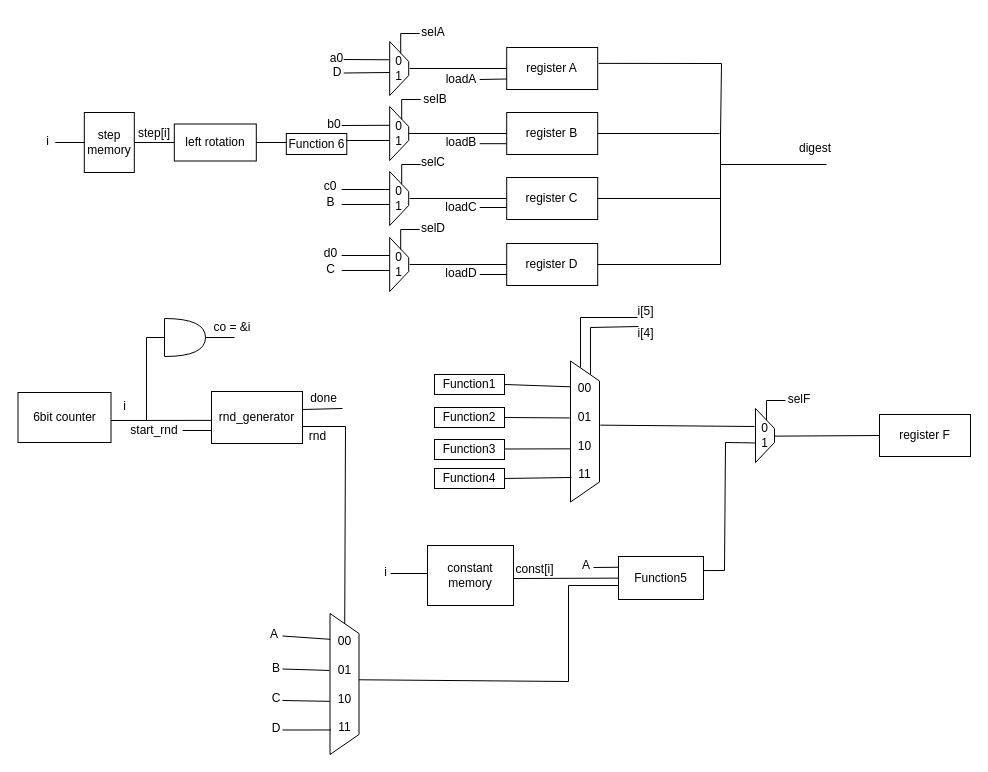
The draw.io diagram CA1/Part2/Design/Datapath2 .drawio in imSaDy/CAD, before the edit. Source tidied: cells renumbered, new cells numbered last; positions are measured from the earlier drawing's top-left corner, leaving out a move shared by most shapes. Both pictures are drawn from the tidied source at 100%, with x=0, y=0 at pixel (17, 17).
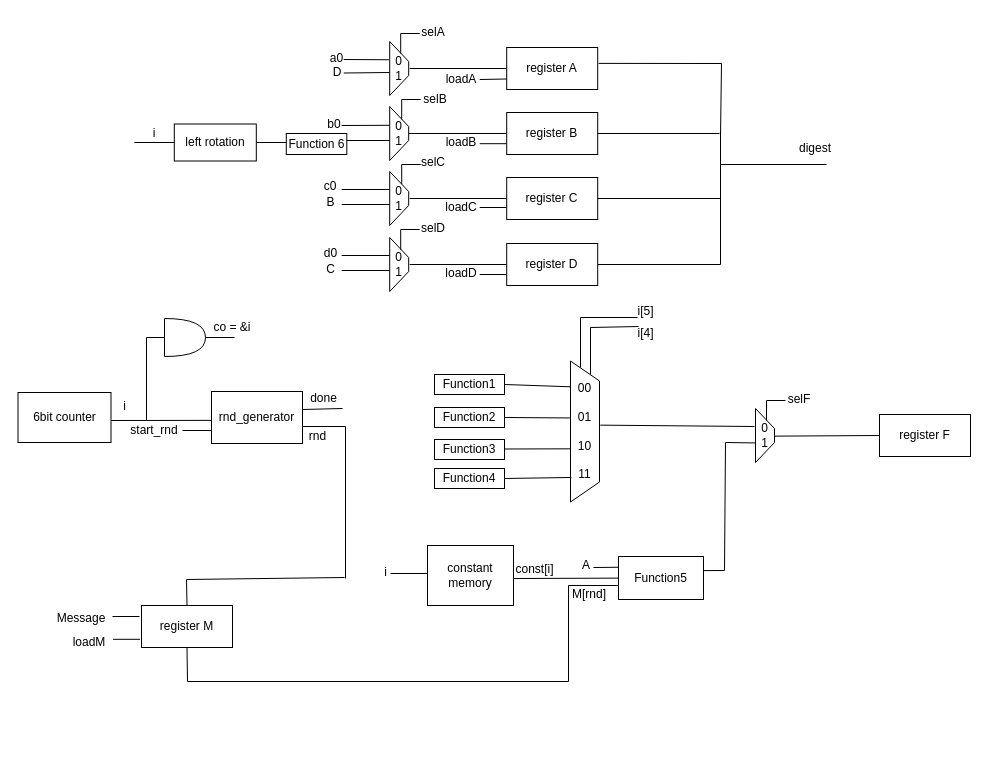
The same page after the edit.

Commit message (it also covers changes not shown here):
Edit Part 1&2 controller and datapath

Unchanged cells that the change refers to:
```xml
<mxCell id="46" value="left rotation" style="rounded=0;whiteSpace=wrap;html=1;" parent="1" vertex="1">
  <mxGeometry x="156.8" y="106.5" width="82" height="37" as="geometry" />
</mxCell>
```

Change to the diagram source:
```diff
@@
-    <mxCell id="48" value="step&lt;div&gt;memory&lt;/div&gt;" style="rounded=0;whiteSpace=wrap;html=1;" parent="1" vertex="1">
-      <mxGeometry x="66.8" y="95" width="50" height="60" as="geometry" />
-    </mxCell>
-    <mxCell id="49" style="endArrow=none;html=1;rounded=0;exitX=1;exitY=0.5;exitDx=0;exitDy=0;entryX=0;entryY=0.5;entryDx=0;entryDy=0;" parent="1" edge="1" source="48" target="46">
-      <mxGeometry relative="1" as="geometry" />
+    <mxCell id="49" style="endArrow=none;html=1;rounded=0;exitX=1;exitY=0.5;exitDx=0;exitDy=0;entryX=0;entryY=0.5;entryDx=0;entryDy=0;" parent="1" edge="1" target="46">
+      <mxGeometry relative="1" as="geometry">
+        <mxPoint x="116.8" y="125" as="sourcePoint" />
+      </mxGeometry>
     </mxCell>
-    <mxCell id="50" value="step[i]" style="text;html=1;align=center;verticalAlign=middle;whiteSpace=wrap;rounded=0;" parent="1" vertex="1">
+    <mxCell id="50" value="i" style="text;html=1;align=center;verticalAlign=middle;whiteSpace=wrap;rounded=0;" parent="1" vertex="1">
       <mxGeometry x="116.8" y="106.5" width="40" height="18" as="geometry" />
     </mxCell>
-    <mxCell id="51" style="endArrow=none;html=1;rounded=0;entryX=0;entryY=0.5;entryDx=0;entryDy=0;" parent="1" edge="1" target="48">
-      <mxGeometry relative="1" as="geometry">
-        <mxPoint x="37.8" y="125" as="sourcePoint" />
-      </mxGeometry>
-    </mxCell>
-    <mxCell id="52" value="i" style="text;html=1;align=center;verticalAlign=middle;whiteSpace=wrap;rounded=0;" parent="1" vertex="1">
-      <mxGeometry x="19.8" y="110" width="21" height="27" as="geometry" />
-    </mxCell>
@@
-    <mxCell id="61" style="endArrow=none;html=1;rounded=0;" parent="1" edge="1" target="81">
+    <mxCell id="61" style="endArrow=none;html=1;rounded=0;" parent="1" edge="1">
       <mxGeometry relative="1" as="geometry">
         <mxPoint x="284.5" y="409" as="sourcePoint" />
+        <mxPoint x="328" y="561" as="targetPoint" />
         <Array as="points">
           <mxPoint x="328" y="409" />
         </Array>
       </mxGeometry>
     </mxCell>
@@
-    <mxCell id="80" style="endArrow=none;html=1;rounded=0;exitX=0.47;exitY=0.036;exitDx=0;exitDy=0;exitPerimeter=0;" parent="1" edge="1" source="81">
+    <mxCell id="80" style="endArrow=none;html=1;rounded=0;exitX=0.5;exitY=1;exitDx=0;exitDy=0;" parent="1" edge="1" source="111">
       <mxGeometry relative="1" as="geometry">
         <mxPoint x="601" y="568" as="targetPoint" />
         <Array as="points">
+          <mxPoint x="170" y="664" />
           <mxPoint x="551" y="664" />
           <mxPoint x="551" y="568" />
         </Array>
       </mxGeometry>
     </mxCell>
-    <mxCell id="81" value="00&lt;div&gt;&lt;br&gt;&lt;div&gt;01&lt;/div&gt;&lt;div&gt;&lt;br&gt;&lt;/div&gt;&lt;div&gt;10&lt;/div&gt;&lt;div&gt;&lt;br&gt;&lt;/div&gt;&lt;div&gt;11&lt;/div&gt;&lt;/div&gt;" style="shape=trapezoid;perimeter=trapezoidPerimeter;whiteSpace=wrap;html=1;fixedSize=1;direction=south;" parent="1" vertex="1">
-      <mxGeometry x="312.5" y="596" width="29" height="141" as="geometry" />
-    </mxCell>
-    <mxCell id="82" style="endArrow=none;html=1;rounded=0;entryX=1;entryY=0.5;entryDx=0;entryDy=0;exitX=0.183;exitY=0.995;exitDx=0;exitDy=0;exitPerimeter=0;" parent="1" edge="1" source="81">
-      <mxGeometry relative="1" as="geometry">
-        <mxPoint x="265" y="618.5" as="targetPoint" />
-      </mxGeometry>
-    </mxCell>
-    <mxCell id="83" style="endArrow=none;html=1;rounded=0;entryX=1;entryY=0.5;entryDx=0;entryDy=0;exitX=0.404;exitY=1.023;exitDx=0;exitDy=0;exitPerimeter=0;" parent="1" edge="1" source="81">
-      <mxGeometry relative="1" as="geometry">
-        <mxPoint x="265" y="651.5" as="targetPoint" />
-      </mxGeometry>
-    </mxCell>
-    <mxCell id="84" style="endArrow=none;html=1;rounded=0;entryX=1;entryY=0.5;entryDx=0;entryDy=0;exitX=0.623;exitY=1.009;exitDx=0;exitDy=0;exitPerimeter=0;" parent="1" edge="1" source="81">
-      <mxGeometry relative="1" as="geometry">
-        <mxPoint x="265" y="683" as="targetPoint" />
-      </mxGeometry>
-    </mxCell>
-    <mxCell id="85" style="endArrow=none;html=1;rounded=0;entryX=1;entryY=0.5;entryDx=0;entryDy=0;exitX=0.826;exitY=0.968;exitDx=0;exitDy=0;exitPerimeter=0;" parent="1" edge="1" source="81">
-      <mxGeometry relative="1" as="geometry">
-        <mxPoint x="265" y="712.5" as="targetPoint" />
-      </mxGeometry>
-    </mxCell>
-    <mxCell id="86" value="A" style="text;html=1;align=center;verticalAlign=middle;whiteSpace=wrap;rounded=0;" parent="1" vertex="1">
-      <mxGeometry x="227" y="602" width="60" height="30" as="geometry" />
-    </mxCell>
-    <mxCell id="87" value="B" style="text;html=1;align=center;verticalAlign=middle;whiteSpace=wrap;rounded=0;" parent="1" vertex="1">
-      <mxGeometry x="229" y="636" width="60" height="30" as="geometry" />
-    </mxCell>
-    <mxCell id="88" value="C" style="text;html=1;align=center;verticalAlign=middle;whiteSpace=wrap;rounded=0;" parent="1" vertex="1">
-      <mxGeometry x="229" y="666" width="60" height="30" as="geometry" />
-    </mxCell>
-    <mxCell id="89" value="D" style="text;html=1;align=center;verticalAlign=middle;whiteSpace=wrap;rounded=0;" parent="1" vertex="1">
-      <mxGeometry x="229" y="696" width="60" height="30" as="geometry" />
-    </mxCell>
@@
+    <mxCell id="111" value="register M" style="rounded=0;whiteSpace=wrap;html=1;" parent="1" vertex="1">
+      <mxGeometry x="124" y="588" width="91" height="42" as="geometry" />
+    </mxCell>
+    <mxCell id="112" value="loadM" style="text;html=1;align=center;verticalAlign=middle;whiteSpace=wrap;rounded=0;" parent="1" vertex="1">
+      <mxGeometry x="52" y="615" width="40" height="19" as="geometry" />
+    </mxCell>
+    <mxCell id="113" style="endArrow=none;html=1;rounded=0;entryX=0;entryY=0.75;entryDx=0;entryDy=0;" parent="1" edge="1">
+      <mxGeometry relative="1" as="geometry">
+        <mxPoint x="95.5" y="621.8" as="sourcePoint" />
+        <mxPoint x="122.5" y="621.8" as="targetPoint" />
+      </mxGeometry>
+    </mxCell>
+    <mxCell id="114" style="endArrow=none;html=1;rounded=0;entryX=0;entryY=0.75;entryDx=0;entryDy=0;" parent="1" edge="1">
+      <mxGeometry relative="1" as="geometry">
+        <mxPoint x="95" y="599" as="sourcePoint" />
+        <mxPoint x="122" y="599" as="targetPoint" />
+      </mxGeometry>
+    </mxCell>
+    <mxCell id="115" value="Message" style="text;html=1;align=center;verticalAlign=middle;whiteSpace=wrap;rounded=0;" parent="1" vertex="1">
+      <mxGeometry x="44" y="591" width="40" height="19" as="geometry" />
+    </mxCell>
+    <mxCell id="116" style="endArrow=none;html=1;rounded=0;exitX=0.5;exitY=0;exitDx=0;exitDy=0;" parent="1" edge="1" source="111">
+      <mxGeometry relative="1" as="geometry">
+        <mxPoint x="327" y="560" as="targetPoint" />
+        <Array as="points">
+          <mxPoint x="169" y="562" />
+        </Array>
+      </mxGeometry>
+    </mxCell>
+    <mxCell id="117" value="M[rnd]" style="text;html=1;align=center;verticalAlign=middle;whiteSpace=wrap;rounded=0;" parent="1" vertex="1">
+      <mxGeometry x="559" y="568" width="26" height="18" as="geometry" />
+    </mxCell>
```
